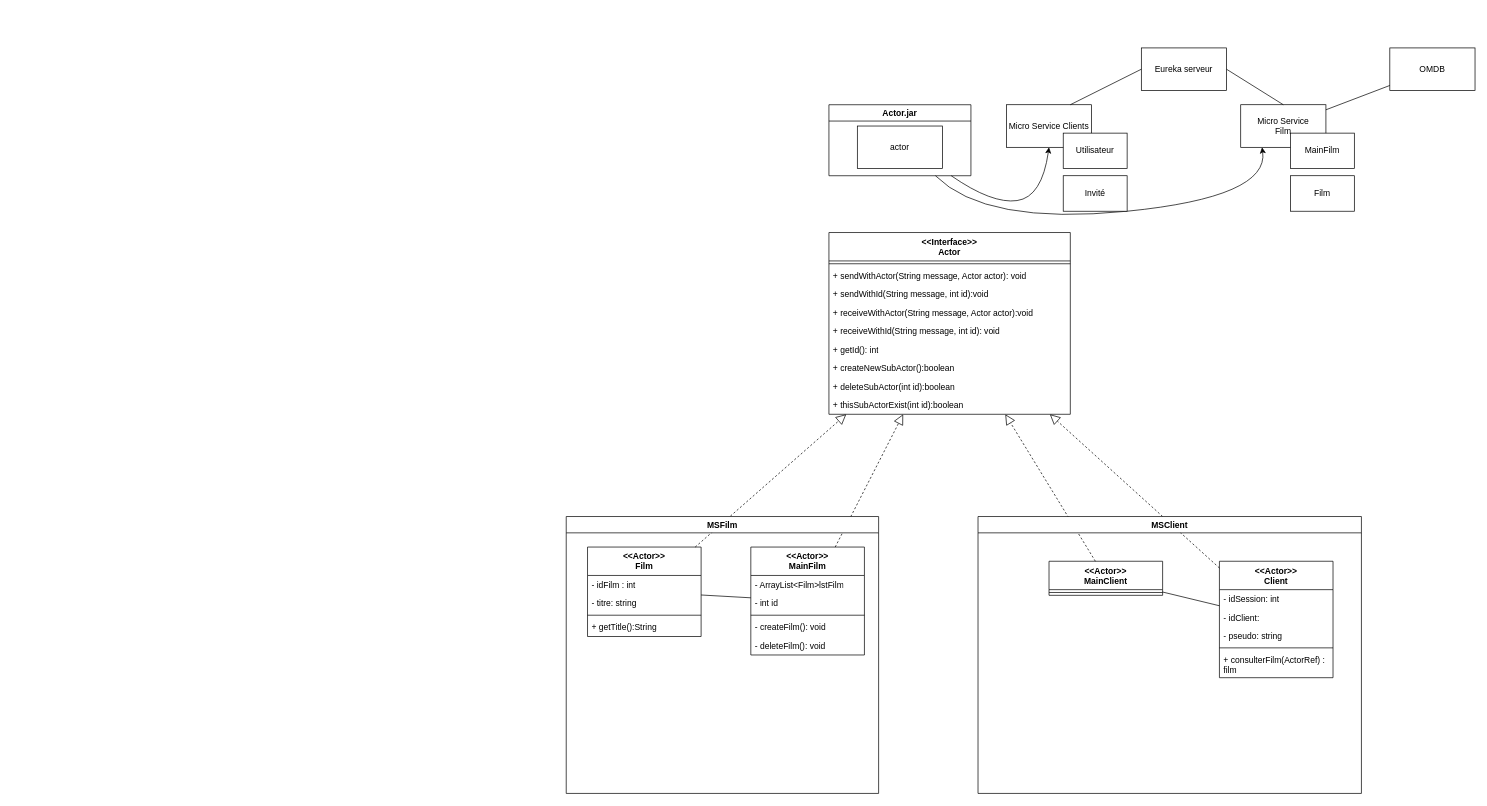
Above: documents/structure.drawio in Elgoogko/ProjetJEE (draw.io), before the change. Source tidied: cells renumbered, new cells numbered last; positions are measured from the earlier drawing's top-left corner, leaving out a move shared by most shapes. Both pictures are drawn from the tidied source at 71%, with x=0, y=0 at pixel (566, 48).
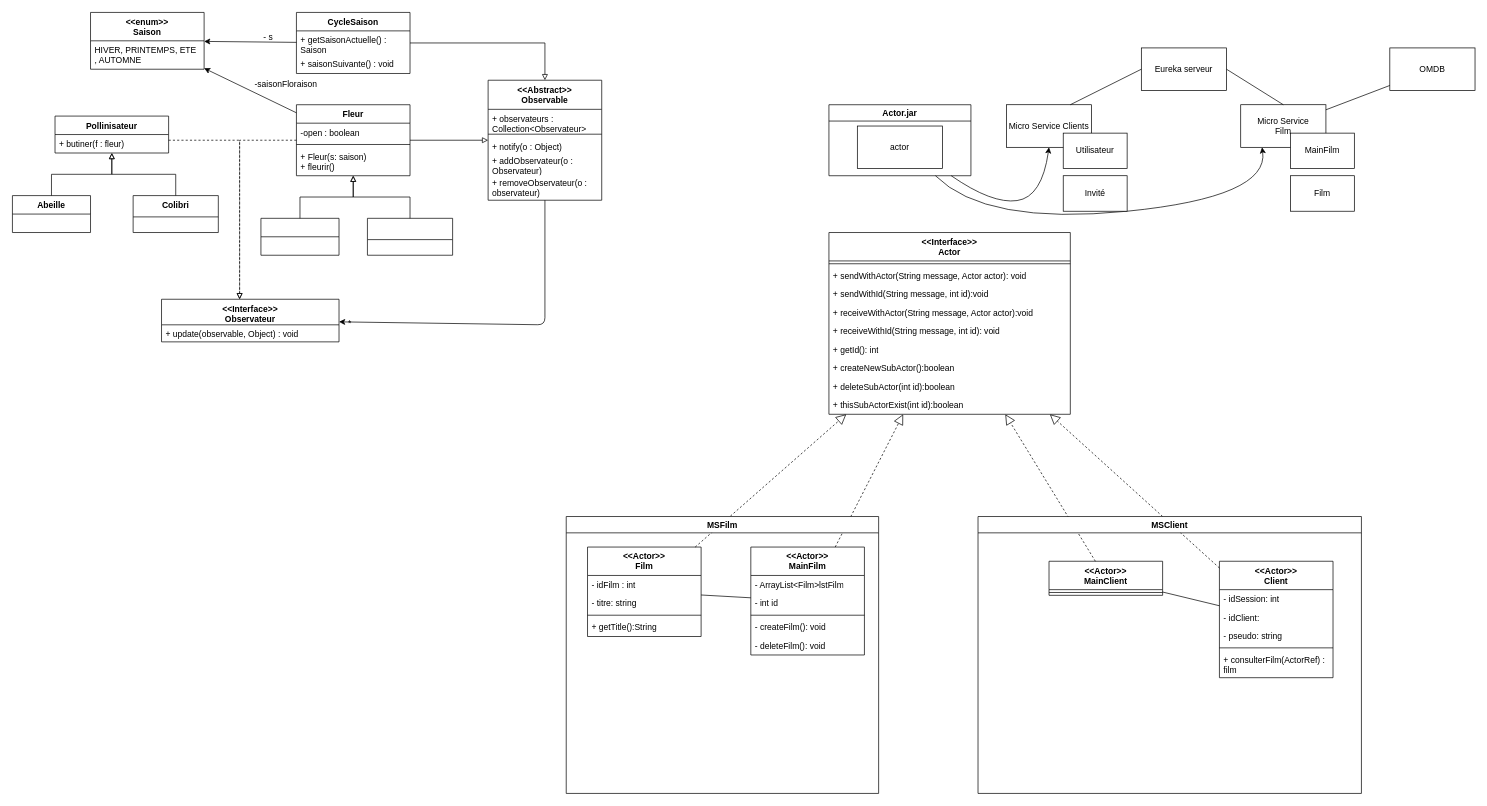
After the change.

Diff of the diagram source:
```diff
@@
+    <mxCell id="54" value="&amp;lt;&amp;lt;enum&amp;gt;&amp;gt;&lt;br&gt;Saison" style="swimlane;fontStyle=1;align=center;verticalAlign=top;horizontal=1;startSize=40;whiteSpace=wrap;html=1;" parent="1" vertex="1">
+      <mxGeometry x="-670" y="-50" width="160" height="80" as="geometry" />
+    </mxCell>
+    <mxCell id="55" value="HIVER, PRINTEMPS, ETE , AUTOMNE" style="text;strokeColor=none;fillColor=none;align=left;verticalAlign=top;spacingLeft=4;spacingRight=4;overflow=hidden;whiteSpace=wrap;html=1;" parent="54" vertex="1">
+      <mxGeometry y="40" width="160" height="40" as="geometry" />
+    </mxCell>
+    <mxCell id="56" value="CycleSaison" style="swimlane;fontStyle=1;align=center;verticalAlign=top;horizontal=1;startSize=26;whiteSpace=wrap;html=1;" parent="1" vertex="1">
+      <mxGeometry x="-380" y="-50" width="160" height="86" as="geometry" />
+    </mxCell>
+    <mxCell id="57" value="+ getSaisonActuelle() : Saison" style="text;strokeColor=none;fillColor=none;align=left;verticalAlign=top;spacingLeft=4;spacingRight=4;overflow=hidden;whiteSpace=wrap;html=1;" parent="56" vertex="1">
+      <mxGeometry y="26" width="160" height="34" as="geometry" />
+    </mxCell>
+    <mxCell id="58" value="+ saisonSuivante() : void" style="text;strokeColor=none;fillColor=none;align=left;verticalAlign=top;spacingLeft=4;spacingRight=4;overflow=hidden;whiteSpace=wrap;html=1;" parent="56" vertex="1">
+      <mxGeometry y="60" width="160" height="26" as="geometry" />
+    </mxCell>
+    <mxCell id="59" value="Fleur" style="swimlane;fontStyle=1;align=center;verticalAlign=top;horizontal=1;startSize=26;whiteSpace=wrap;html=1;" parent="1" vertex="1">
+      <mxGeometry x="-380" y="80" width="160" height="100" as="geometry" />
+    </mxCell>
+    <mxCell id="60" value="-open : boolean" style="text;strokeColor=none;fillColor=none;align=left;verticalAlign=top;spacingLeft=4;spacingRight=4;overflow=hidden;whiteSpace=wrap;html=1;" parent="59" vertex="1">
+      <mxGeometry y="26" width="160" height="26" as="geometry" />
+    </mxCell>
+    <mxCell id="61" style="line;strokeWidth=1;fillColor=none;align=left;verticalAlign=middle;spacingTop=-1;spacingLeft=3;spacingRight=3;labelPosition=right;strokeColor=inherit;" parent="59" vertex="1">
+      <mxGeometry y="52" width="160" height="8" as="geometry" />
+    </mxCell>
+    <mxCell id="62" value="+ Fleur(s: saison)&lt;br&gt;+ fleurir()" style="text;strokeColor=none;fillColor=none;align=left;verticalAlign=top;spacingLeft=4;spacingRight=4;overflow=hidden;whiteSpace=wrap;html=1;" parent="59" vertex="1">
+      <mxGeometry y="60" width="160" height="40" as="geometry" />
+    </mxCell>
+    <mxCell id="63" value="Pollinisateur" style="swimlane;fontStyle=1;align=center;verticalAlign=top;horizontal=1;startSize=26;whiteSpace=wrap;html=1;" parent="1" vertex="1">
+      <mxGeometry x="-720" y="96" width="160" height="52" as="geometry" />
+    </mxCell>
+    <mxCell id="64" value="+ butiner(f : fleur)" style="text;strokeColor=none;fillColor=none;align=left;verticalAlign=top;spacingLeft=4;spacingRight=4;overflow=hidden;whiteSpace=wrap;html=1;" parent="63" vertex="1">
+      <mxGeometry y="26" width="160" height="26" as="geometry" />
+    </mxCell>
+    <mxCell id="65" value="Abeille" style="swimlane;fontStyle=1;align=center;verticalAlign=top;horizontal=1;startSize=26;whiteSpace=wrap;html=1;" parent="1" vertex="1">
+      <mxGeometry x="-780" y="208" width="110" height="52" as="geometry" />
+    </mxCell>
+    <mxCell id="66" value="Colibri" style="swimlane;fontStyle=1;align=center;verticalAlign=top;horizontal=1;startSize=30;whiteSpace=wrap;html=1;" parent="1" vertex="1">
+      <mxGeometry x="-610" y="208" width="120" height="52" as="geometry" />
+    </mxCell>
+    <mxCell id="67" style="swimlane;fontStyle=1;align=center;verticalAlign=top;horizontal=1;startSize=26;whiteSpace=wrap;html=1;" parent="1" vertex="1">
+      <mxGeometry x="-430" y="240" width="110" height="52" as="geometry" />
+    </mxCell>
+    <mxCell id="68" style="swimlane;fontStyle=1;align=center;verticalAlign=top;horizontal=1;startSize=30;whiteSpace=wrap;html=1;" parent="1" vertex="1">
+      <mxGeometry x="-280" y="240" width="120" height="52" as="geometry" />
+    </mxCell>
+    <mxCell id="69" style="html=1;labelBackgroundColor=#ffffff;jettySize=auto;fontSize=14;rounded=0;jumpStyle=gap;edgeStyle=orthogonalEdgeStyle;startArrow=none;endArrow=block;endFill=0;strokeWidth=1;" parent="1" edge="1" source="65" target="63">
+      <mxGeometry relative="1" as="geometry" />
+    </mxCell>
+    <mxCell id="70" style="html=1;labelBackgroundColor=#ffffff;jettySize=auto;fontSize=14;rounded=0;jumpStyle=gap;edgeStyle=orthogonalEdgeStyle;startArrow=none;endArrow=block;endFill=0;strokeWidth=1;" parent="1" edge="1" source="66" target="63">
+      <mxGeometry relative="1" as="geometry" />
+    </mxCell>
+    <mxCell id="71" style="html=1;labelBackgroundColor=#ffffff;jettySize=auto;fontSize=14;rounded=0;jumpStyle=gap;edgeStyle=orthogonalEdgeStyle;startArrow=none;endArrow=block;endFill=0;strokeWidth=1;" parent="1" edge="1" source="67" target="59">
+      <mxGeometry relative="1" as="geometry" />
+    </mxCell>
+    <mxCell id="72" style="html=1;labelBackgroundColor=#ffffff;jettySize=auto;fontSize=14;rounded=0;jumpStyle=gap;edgeStyle=orthogonalEdgeStyle;startArrow=none;endArrow=block;endFill=0;strokeWidth=1;" parent="1" edge="1" source="68" target="59">
+      <mxGeometry relative="1" as="geometry" />
+    </mxCell>
+    <mxCell id="73" style="endArrow=classic;html=1;" parent="1" edge="1" source="59" target="54">
+      <mxGeometry relative="1" as="geometry" />
+    </mxCell>
+    <mxCell id="74" style="endArrow=classic;html=1;" parent="1" edge="1" source="56" target="54">
+      <mxGeometry relative="1" as="geometry" />
+    </mxCell>
+    <mxCell id="75" value="- s" style="text;html=1;align=center;verticalAlign=middle;strokeColor=none;fillColor=none;" parent="1" vertex="1">
+      <mxGeometry x="-440" y="-30" width="40" height="30" as="geometry" />
+    </mxCell>
+    <mxCell id="76" value="&amp;lt;&amp;lt;Interface&amp;gt;&amp;gt;&lt;br&gt;Observateur" style="swimlane;fontStyle=1;align=center;verticalAlign=top;horizontal=1;startSize=36;whiteSpace=wrap;html=1;" parent="1" vertex="1">
+      <mxGeometry x="-570" y="354" width="250" height="60" as="geometry" />
+    </mxCell>
+    <mxCell id="77" value="+ update(observable, Object) : void" style="text;strokeColor=none;fillColor=none;align=left;verticalAlign=top;spacingLeft=4;spacingRight=4;overflow=hidden;whiteSpace=wrap;html=1;" parent="76" vertex="1">
+      <mxGeometry y="36" width="250" height="24" as="geometry" />
+    </mxCell>
+    <mxCell id="78" value="-saisonFloraison" style="text;html=1;align=center;verticalAlign=middle;strokeColor=none;fillColor=none;" parent="1" vertex="1">
+      <mxGeometry x="-450" y="36" width="110" height="30" as="geometry" />
+    </mxCell>
+    <mxCell id="79" value="&lt;div&gt;&amp;lt;&amp;lt;Abstract&amp;gt;&amp;gt;&lt;/div&gt;Observable" style="swimlane;fontStyle=1;align=center;verticalAlign=top;horizontal=1;startSize=41;whiteSpace=wrap;html=1;" parent="1" vertex="1">
+      <mxGeometry x="-110" y="45.5" width="160" height="169" as="geometry" />
+    </mxCell>
+    <mxCell id="80" value="+ observateurs : Collection&amp;lt;Observateur&amp;gt;" style="text;strokeColor=none;fillColor=none;align=left;verticalAlign=top;spacingLeft=4;spacingRight=4;overflow=hidden;whiteSpace=wrap;html=1;" parent="79" vertex="1">
+      <mxGeometry y="41" width="160" height="31" as="geometry" />
+    </mxCell>
+    <mxCell id="81" style="line;strokeWidth=1;fillColor=none;align=left;verticalAlign=middle;spacingTop=-1;spacingLeft=3;spacingRight=3;labelPosition=right;strokeColor=inherit;" parent="79" vertex="1">
+      <mxGeometry y="72" width="160" height="8" as="geometry" />
+    </mxCell>
+    <mxCell id="82" value="+ notify(o : Object)&amp;nbsp;" style="text;strokeColor=none;fillColor=none;align=left;verticalAlign=top;spacingLeft=4;spacingRight=4;overflow=hidden;whiteSpace=wrap;html=1;" parent="79" vertex="1">
+      <mxGeometry y="80" width="160" height="20" as="geometry" />
+    </mxCell>
+    <mxCell id="83" value="+ addObservateur(o : Observateur)&amp;nbsp;" style="text;strokeColor=none;fillColor=none;align=left;verticalAlign=top;spacingLeft=4;spacingRight=4;overflow=hidden;whiteSpace=wrap;html=1;" parent="79" vertex="1">
+      <mxGeometry y="100" width="160" height="31" as="geometry" />
+    </mxCell>
+    <mxCell id="84" value="+ removeObservateur(o : observateur)&amp;nbsp;" style="text;strokeColor=none;fillColor=none;align=left;verticalAlign=top;spacingLeft=4;spacingRight=4;overflow=hidden;whiteSpace=wrap;html=1;" parent="79" vertex="1">
+      <mxGeometry y="131" width="160" height="38" as="geometry" />
+    </mxCell>
+    <mxCell id="85" style="html=1;labelBackgroundColor=#ffffff;jettySize=auto;fontSize=14;rounded=0;jumpStyle=gap;edgeStyle=orthogonalEdgeStyle;startArrow=none;endArrow=block;endFill=0;strokeWidth=1;" parent="1" edge="1" source="56" target="79">
+      <mxGeometry relative="1" as="geometry" />
+    </mxCell>
+    <mxCell id="86" style="html=1;labelBackgroundColor=#ffffff;jettySize=auto;fontSize=14;rounded=0;jumpStyle=gap;edgeStyle=orthogonalEdgeStyle;startArrow=none;endArrow=block;endFill=0;strokeWidth=1;dashed=1;" parent="1" edge="1" source="63" target="76">
+      <mxGeometry relative="1" as="geometry">
+        <Array as="points">
+          <mxPoint x="-460" y="130" />
+        </Array>
+      </mxGeometry>
+    </mxCell>
+    <mxCell id="87" style="html=1;labelBackgroundColor=#ffffff;jettySize=auto;fontSize=14;rounded=0;jumpStyle=gap;edgeStyle=orthogonalEdgeStyle;startArrow=none;endArrow=block;endFill=0;strokeWidth=1;" parent="1" edge="1" source="59" target="79">
+      <mxGeometry relative="1" as="geometry" />
+    </mxCell>
+    <mxCell id="88" style="endArrow=classic;html=1;" parent="1" edge="1" source="79" target="76">
+      <mxGeometry relative="1" as="geometry">
+        <Array as="points">
+          <mxPoint x="-30" y="390" />
+        </Array>
+      </mxGeometry>
+    </mxCell>
+    <mxCell id="89" style="html=1;labelBackgroundColor=#ffffff;jettySize=auto;fontSize=14;rounded=0;jumpStyle=gap;edgeStyle=orthogonalEdgeStyle;startArrow=none;endArrow=block;endFill=0;strokeWidth=1;dashed=1;" parent="1" edge="1" source="59" target="76">
+      <mxGeometry relative="1" as="geometry">
+        <Array as="points">
+          <mxPoint x="-460" y="130" />
+        </Array>
+      </mxGeometry>
+    </mxCell>
+    <mxCell id="90" value="*" style="text;html=1;align=center;verticalAlign=middle;strokeColor=none;fillColor=none;strokeWidth=4;" parent="1" vertex="1">
+      <mxGeometry x="-320" y="373" width="30" height="30" as="geometry" />
+    </mxCell>
```
